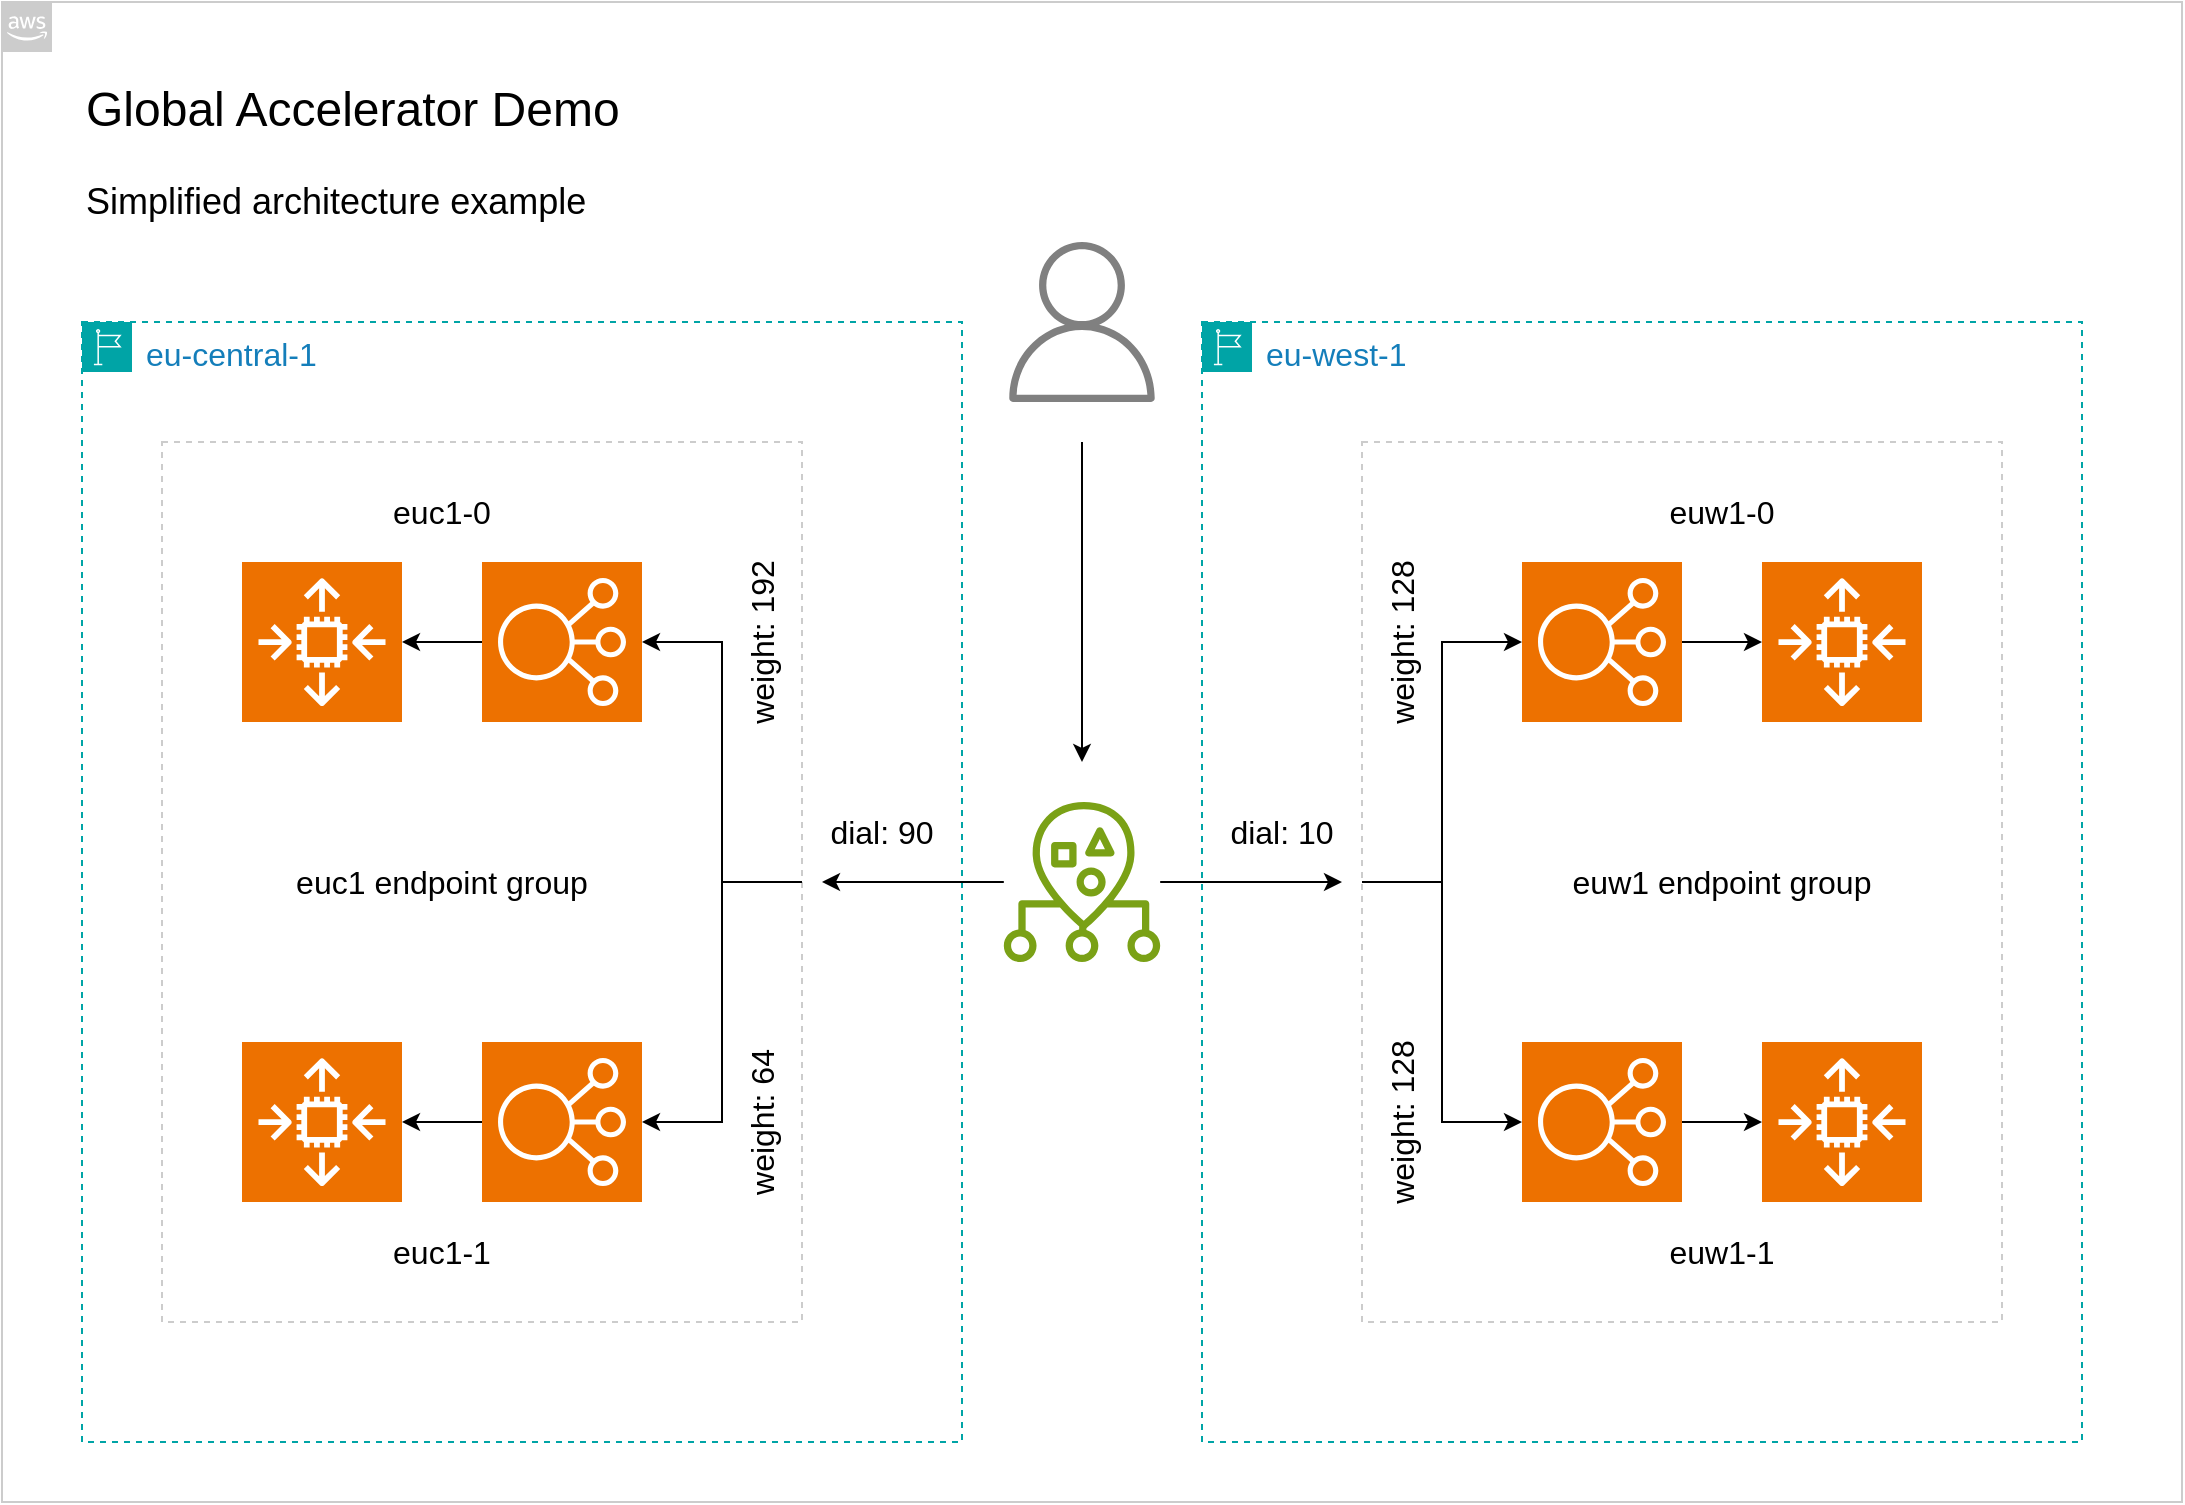
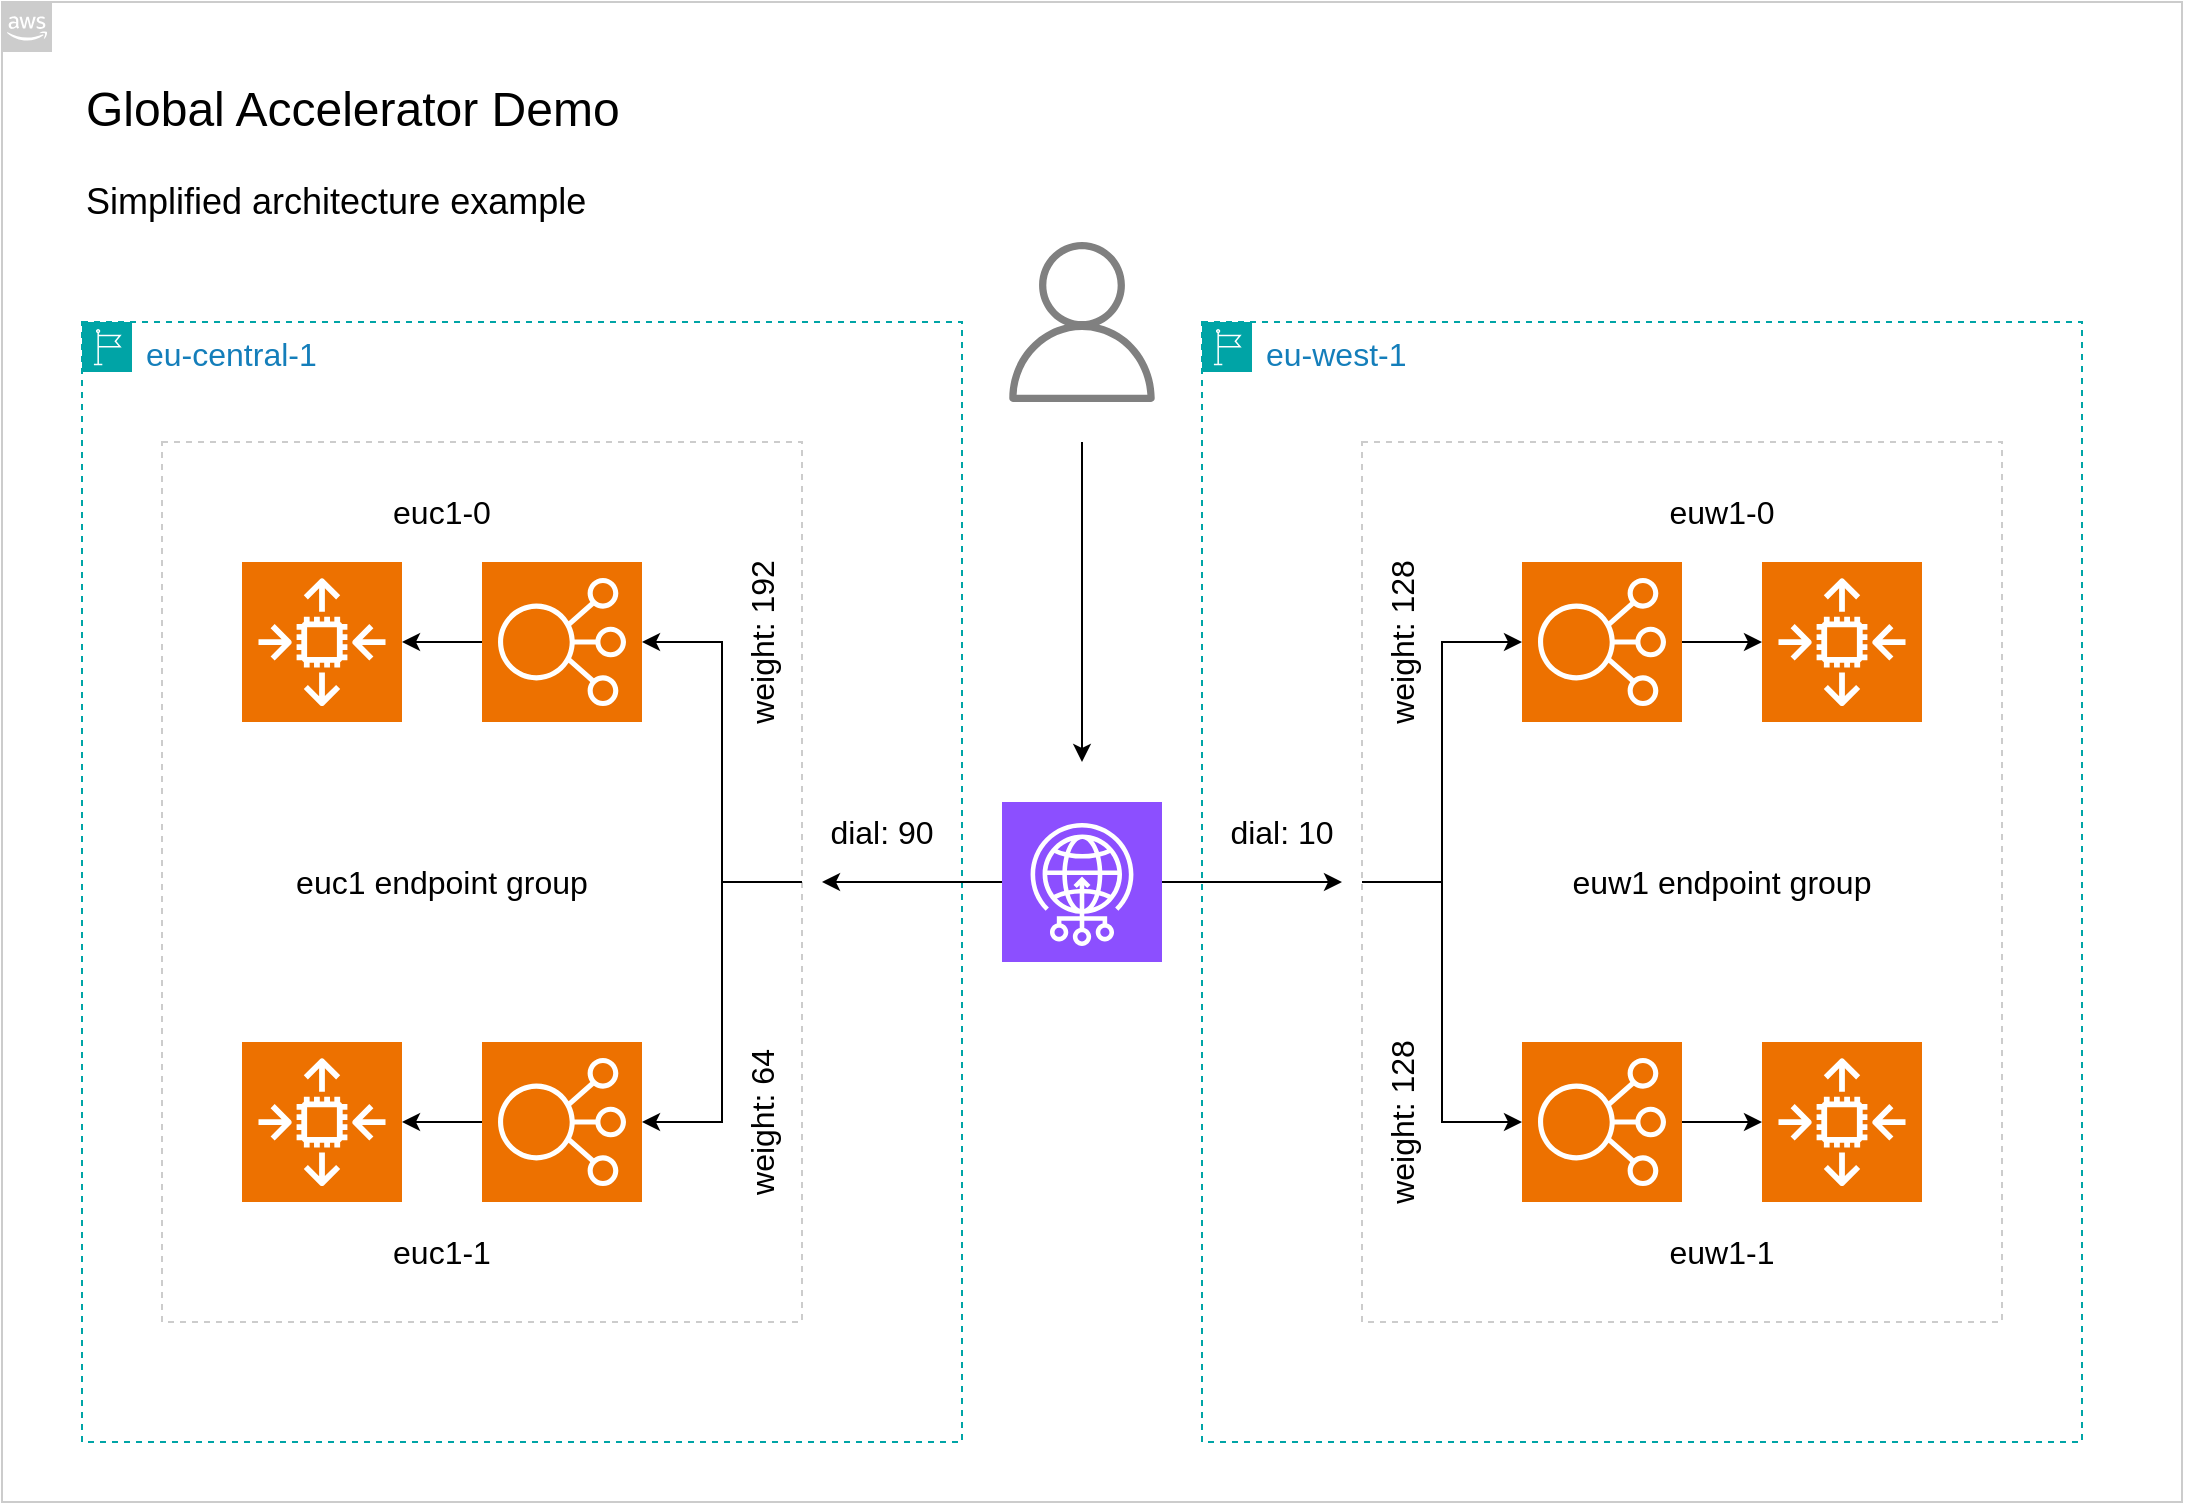
<mxfile host="Electron" agent="Mozilla/5.0 (Macintosh; Intel Mac OS X 10_15_7) AppleWebKit/537.36 (KHTML, like Gecko) draw.io/24.5.1 Chrome/124.0.6367.207 Electron/30.0.6 Safari/537.36">
  <diagram name="Seite-1" id="BtAyL0-GuPOaRMJ-Kd1m">
-     <mxGraphModel dx="1222" dy="765" grid="1" gridSize="10" guides="1" tooltips="1" connect="1" arrows="1" fold="1" page="1" pageScale="1" pageWidth="1169" pageHeight="827" math="0" shadow="0">
+     <mxGraphModel dx="1222" dy="814" grid="1" gridSize="10" guides="1" tooltips="1" connect="1" arrows="1" fold="1" page="1" pageScale="1" pageWidth="1169" pageHeight="827" math="0" shadow="0">
      <root>
        <mxCell id="0" />
        <mxCell id="1" parent="0" />
        <UserObject label="" id="ZuW-Ts3UVkGzy0_QFmxS-1">
          <mxCell parent="1" style="sketch=0;outlineConnect=0;gradientColor=none;html=1;whiteSpace=wrap;fontSize=12;fontStyle=0;shape=mxgraph.aws4.group;grIcon=mxgraph.aws4.group_aws_cloud_alt;strokeColor=#CCCCCC;fillColor=none;verticalAlign=bottom;align=left;spacingLeft=30;fontColor=#FF9900;dashed=0;movable=1;resizable=1;rotatable=1;deletable=1;editable=1;locked=0;connectable=1;rounded=0;" vertex="1">
            <mxGeometry height="750" width="1090" x="40" y="40" as="geometry" />
          </mxCell>
        </UserObject>
        <mxCell id="58Sf1-AYVXkVAdG3ewIz-134" parent="1" style="rounded=0;whiteSpace=wrap;html=1;strokeColor=#CCCCCC;dashed=1;" value="" vertex="1">
          <mxGeometry height="440" width="320" x="720" y="260" as="geometry" />
        </mxCell>
        <mxCell id="ZuW-Ts3UVkGzy0_QFmxS-27" parent="1" style="text;html=1;align=left;verticalAlign=middle;whiteSpace=wrap;rounded=0;" value="&lt;font style=&quot;&quot;&gt;&lt;span style=&quot;font-size: 24px;&quot;&gt;Global Accelerator Demo&lt;/span&gt;&lt;br&gt;&lt;font style=&quot;font-size: 18px;&quot;&gt;&lt;br&gt;Simplified architecture example&lt;/font&gt;&lt;/font&gt;" vertex="1">
          <mxGeometry height="70" width="1000" x="80" y="80" as="geometry" />
        </mxCell>
        <mxCell id="58Sf1-AYVXkVAdG3ewIz-87" parent="1" style="points=[[0,0],[0.25,0],[0.5,0],[0.75,0],[1,0],[1,0.25],[1,0.5],[1,0.75],[1,1],[0.75,1],[0.5,1],[0.25,1],[0,1],[0,0.75],[0,0.5],[0,0.25]];outlineConnect=0;gradientColor=none;html=1;whiteSpace=wrap;fontSize=12;fontStyle=0;container=1;pointerEvents=0;collapsible=0;recursiveResize=0;shape=mxgraph.aws4.group;grIcon=mxgraph.aws4.group_region;strokeColor=#00A4A6;fillColor=none;verticalAlign=top;align=left;spacingLeft=30;fontColor=#147EBA;dashed=1;" value="&lt;font style=&quot;font-size: 16px;&quot;&gt;eu-west-1&lt;/font&gt;" vertex="1">
          <mxGeometry height="560" width="440" x="640" y="200" as="geometry" />
        </mxCell>
        <mxCell id="58Sf1-AYVXkVAdG3ewIz-145" edge="1" parent="58Sf1-AYVXkVAdG3ewIz-87" source="58Sf1-AYVXkVAdG3ewIz-77" style="edgeStyle=orthogonalEdgeStyle;orthogonalLoop=1;jettySize=auto;html=1;" target="58Sf1-AYVXkVAdG3ewIz-121" value="">
          <mxGeometry relative="1" as="geometry" />
        </mxCell>
        <mxCell id="58Sf1-AYVXkVAdG3ewIz-77" parent="58Sf1-AYVXkVAdG3ewIz-87" style="sketch=0;points=[[0,0,0],[0.25,0,0],[0.5,0,0],[0.75,0,0],[1,0,0],[0,1,0],[0.25,1,0],[0.5,1,0],[0.75,1,0],[1,1,0],[0,0.25,0],[0,0.5,0],[0,0.75,0],[1,0.25,0],[1,0.5,0],[1,0.75,0]];outlineConnect=0;fontColor=#232F3E;fillColor=#ED7100;strokeColor=#ffffff;dashed=0;verticalLabelPosition=bottom;verticalAlign=top;align=center;html=1;fontSize=12;fontStyle=0;aspect=fixed;shape=mxgraph.aws4.resourceIcon;resIcon=mxgraph.aws4.elastic_load_balancing;rounded=0;" value="" vertex="1">
          <mxGeometry height="80" width="80" x="160" y="120" as="geometry" />
        </mxCell>
        <mxCell id="58Sf1-AYVXkVAdG3ewIz-78" parent="58Sf1-AYVXkVAdG3ewIz-87" style="sketch=0;points=[[0,0,0],[0.25,0,0],[0.5,0,0],[0.75,0,0],[1,0,0],[0,1,0],[0.25,1,0],[0.5,1,0],[0.75,1,0],[1,1,0],[0,0.25,0],[0,0.5,0],[0,0.75,0],[1,0.25,0],[1,0.5,0],[1,0.75,0]];outlineConnect=0;fontColor=#232F3E;fillColor=#ED7100;strokeColor=#ffffff;dashed=0;verticalLabelPosition=bottom;verticalAlign=top;align=center;html=1;fontSize=12;fontStyle=0;aspect=fixed;shape=mxgraph.aws4.resourceIcon;resIcon=mxgraph.aws4.elastic_load_balancing;rounded=0;" value="" vertex="1">
          <mxGeometry height="80" width="80" x="160" y="360" as="geometry" />
        </mxCell>
        <mxCell id="58Sf1-AYVXkVAdG3ewIz-121" parent="58Sf1-AYVXkVAdG3ewIz-87" style="sketch=0;points=[[0,0,0],[0.25,0,0],[0.5,0,0],[0.75,0,0],[1,0,0],[0,1,0],[0.25,1,0],[0.5,1,0],[0.75,1,0],[1,1,0],[0,0.25,0],[0,0.5,0],[0,0.75,0],[1,0.25,0],[1,0.5,0],[1,0.75,0]];outlineConnect=0;fontColor=#232F3E;fillColor=#ED7100;strokeColor=#ffffff;dashed=0;verticalLabelPosition=bottom;verticalAlign=top;align=center;html=1;fontSize=12;fontStyle=0;aspect=fixed;shape=mxgraph.aws4.resourceIcon;resIcon=mxgraph.aws4.auto_scaling2;" value="" vertex="1">
          <mxGeometry height="80" width="80" x="280" y="120" as="geometry" />
        </mxCell>
        <mxCell id="58Sf1-AYVXkVAdG3ewIz-160" parent="58Sf1-AYVXkVAdG3ewIz-87" style="text;html=1;whiteSpace=wrap;strokeColor=none;fillColor=none;align=center;verticalAlign=middle;rounded=0;rotation=-90;" value="&lt;font style=&quot;font-size: 16px;&quot;&gt;weight: 128&lt;/font&gt;" vertex="1">
          <mxGeometry height="30" width="100" x="50" y="385" as="geometry" />
        </mxCell>
        <mxCell id="58Sf1-AYVXkVAdG3ewIz-161" parent="58Sf1-AYVXkVAdG3ewIz-87" style="text;html=1;whiteSpace=wrap;strokeColor=none;fillColor=none;align=center;verticalAlign=middle;rounded=0;rotation=-90;" value="&lt;font style=&quot;font-size: 16px;&quot;&gt;weight: 128&lt;/font&gt;" vertex="1">
          <mxGeometry height="30" width="100" x="50" y="145" as="geometry" />
        </mxCell>
        <mxCell id="58Sf1-AYVXkVAdG3ewIz-130" parent="58Sf1-AYVXkVAdG3ewIz-87" style="text;html=1;whiteSpace=wrap;strokeColor=none;fillColor=none;align=center;verticalAlign=middle;rounded=0;" value="&lt;font style=&quot;font-size: 16px;&quot;&gt;euw1-1&lt;/font&gt;" vertex="1">
          <mxGeometry height="30" width="60" x="230" y="450" as="geometry" />
        </mxCell>
        <mxCell id="58Sf1-AYVXkVAdG3ewIz-128" parent="58Sf1-AYVXkVAdG3ewIz-87" style="text;html=1;whiteSpace=wrap;strokeColor=none;fillColor=none;align=center;verticalAlign=middle;rounded=0;" value="&lt;font style=&quot;font-size: 16px;&quot;&gt;euw1-0&lt;/font&gt;" vertex="1">
          <mxGeometry height="30" width="60" x="230" y="80" as="geometry" />
        </mxCell>
        <mxCell id="58Sf1-AYVXkVAdG3ewIz-153" parent="58Sf1-AYVXkVAdG3ewIz-87" style="text;html=1;whiteSpace=wrap;strokeColor=none;fillColor=none;align=center;verticalAlign=middle;rounded=0;fontSize=16;" value="&lt;font&gt;euw1 endpoint group&lt;/font&gt;" vertex="1">
          <mxGeometry height="30" width="200" x="160" y="265" as="geometry" />
        </mxCell>
        <mxCell id="58Sf1-AYVXkVAdG3ewIz-66" parent="1" style="points=[[0,0],[0.25,0],[0.5,0],[0.75,0],[1,0],[1,0.25],[1,0.5],[1,0.75],[1,1],[0.75,1],[0.5,1],[0.25,1],[0,1],[0,0.75],[0,0.5],[0,0.25]];outlineConnect=0;gradientColor=none;html=1;whiteSpace=wrap;fontSize=12;fontStyle=0;container=1;pointerEvents=0;collapsible=0;recursiveResize=0;shape=mxgraph.aws4.group;grIcon=mxgraph.aws4.group_region;strokeColor=#00A4A6;fillColor=none;verticalAlign=top;align=left;spacingLeft=30;fontColor=#147EBA;dashed=1;" value="&lt;font style=&quot;font-size: 16px;&quot;&gt;eu-central-1&lt;/font&gt;" vertex="1">
          <mxGeometry height="560" width="440" x="80" y="200" as="geometry" />
        </mxCell>
        <mxCell id="58Sf1-AYVXkVAdG3ewIz-133" parent="58Sf1-AYVXkVAdG3ewIz-66" style="rounded=0;whiteSpace=wrap;html=1;strokeColor=#CCCCCC;dashed=1;" value="" vertex="1">
          <mxGeometry height="440" width="320" x="40" y="60" as="geometry" />
        </mxCell>
        <mxCell id="58Sf1-AYVXkVAdG3ewIz-118" parent="58Sf1-AYVXkVAdG3ewIz-66" style="sketch=0;points=[[0,0,0],[0.25,0,0],[0.5,0,0],[0.75,0,0],[1,0,0],[0,1,0],[0.25,1,0],[0.5,1,0],[0.75,1,0],[1,1,0],[0,0.25,0],[0,0.5,0],[0,0.75,0],[1,0.25,0],[1,0.5,0],[1,0.75,0]];outlineConnect=0;fontColor=#232F3E;fillColor=#ED7100;strokeColor=#ffffff;dashed=0;verticalLabelPosition=bottom;verticalAlign=top;align=center;html=1;fontSize=12;fontStyle=0;aspect=fixed;shape=mxgraph.aws4.resourceIcon;resIcon=mxgraph.aws4.auto_scaling2;" value="" vertex="1">
          <mxGeometry height="80" width="80" x="80" y="360" as="geometry" />
        </mxCell>
        <mxCell id="58Sf1-AYVXkVAdG3ewIz-123" parent="58Sf1-AYVXkVAdG3ewIz-66" style="text;html=1;whiteSpace=wrap;strokeColor=none;fillColor=none;align=center;verticalAlign=middle;rounded=0;fontSize=16;" value="&lt;font&gt;euc1-0&lt;/font&gt;" vertex="1">
          <mxGeometry height="30" width="60" x="150" y="80" as="geometry" />
        </mxCell>
        <mxCell id="58Sf1-AYVXkVAdG3ewIz-126" parent="58Sf1-AYVXkVAdG3ewIz-66" style="text;html=1;whiteSpace=wrap;strokeColor=none;fillColor=none;align=center;verticalAlign=middle;rounded=0;" value="&lt;font style=&quot;font-size: 16px;&quot;&gt;euc1-1&lt;/font&gt;" vertex="1">
          <mxGeometry height="30" width="60" x="150" y="450" as="geometry" />
        </mxCell>
        <mxCell id="8dHVtOiEz4c_SUl7e4nf-2" parent="58Sf1-AYVXkVAdG3ewIz-66" style="sketch=0;points=[[0,0,0],[0.25,0,0],[0.5,0,0],[0.75,0,0],[1,0,0],[0,1,0],[0.25,1,0],[0.5,1,0],[0.75,1,0],[1,1,0],[0,0.25,0],[0,0.5,0],[0,0.75,0],[1,0.25,0],[1,0.5,0],[1,0.75,0]];outlineConnect=0;fontColor=#232F3E;fillColor=#ED7100;strokeColor=#ffffff;dashed=0;verticalLabelPosition=bottom;verticalAlign=top;align=center;html=1;fontSize=12;fontStyle=0;aspect=fixed;shape=mxgraph.aws4.resourceIcon;resIcon=mxgraph.aws4.elastic_load_balancing;rounded=0;" value="" vertex="1">
          <mxGeometry height="80" width="80" x="200" y="120" as="geometry" />
        </mxCell>
        <mxCell id="58Sf1-AYVXkVAdG3ewIz-56" parent="58Sf1-AYVXkVAdG3ewIz-66" style="sketch=0;points=[[0,0,0],[0.25,0,0],[0.5,0,0],[0.75,0,0],[1,0,0],[0,1,0],[0.25,1,0],[0.5,1,0],[0.75,1,0],[1,1,0],[0,0.25,0],[0,0.5,0],[0,0.75,0],[1,0.25,0],[1,0.5,0],[1,0.75,0]];outlineConnect=0;fontColor=#232F3E;fillColor=#ED7100;strokeColor=#ffffff;dashed=0;verticalLabelPosition=bottom;verticalAlign=top;align=center;html=1;fontSize=12;fontStyle=0;aspect=fixed;shape=mxgraph.aws4.resourceIcon;resIcon=mxgraph.aws4.elastic_load_balancing;rounded=0;" value="" vertex="1">
          <mxGeometry height="80" width="80" x="200" y="360" as="geometry" />
        </mxCell>
        <mxCell id="58Sf1-AYVXkVAdG3ewIz-139" edge="1" parent="58Sf1-AYVXkVAdG3ewIz-66" source="58Sf1-AYVXkVAdG3ewIz-133" style="edgeStyle=orthogonalEdgeStyle;orthogonalLoop=1;jettySize=auto;html=1;entryX=1;entryY=0.5;entryDx=0;entryDy=0;entryPerimeter=0;exitX=1;exitY=0.5;exitDx=0;exitDy=0;rounded=0;curved=0;" target="8dHVtOiEz4c_SUl7e4nf-2">
          <mxGeometry relative="1" as="geometry">
            <Array as="points">
              <mxPoint x="320" y="280" />
              <mxPoint x="320" y="160" />
            </Array>
          </mxGeometry>
        </mxCell>
        <mxCell id="58Sf1-AYVXkVAdG3ewIz-140" edge="1" parent="58Sf1-AYVXkVAdG3ewIz-66" style="edgeStyle=orthogonalEdgeStyle;orthogonalLoop=1;jettySize=auto;html=1;entryX=1;entryY=0.5;entryDx=0;entryDy=0;entryPerimeter=0;rounded=0;curved=0;" target="58Sf1-AYVXkVAdG3ewIz-56">
          <mxGeometry relative="1" as="geometry">
            <Array as="points">
              <mxPoint x="320" y="280" />
              <mxPoint x="320" y="400" />
            </Array>
            <mxPoint x="360" y="280" as="sourcePoint" />
            <mxPoint x="280" y="410" as="targetPoint" />
          </mxGeometry>
        </mxCell>
        <mxCell id="58Sf1-AYVXkVAdG3ewIz-144" edge="1" parent="58Sf1-AYVXkVAdG3ewIz-66" source="58Sf1-AYVXkVAdG3ewIz-56" style="edgeStyle=orthogonalEdgeStyle;orthogonalLoop=1;jettySize=auto;html=1;entryX=1;entryY=0.5;entryDx=0;entryDy=0;entryPerimeter=0;" target="58Sf1-AYVXkVAdG3ewIz-118">
          <mxGeometry relative="1" as="geometry" />
        </mxCell>
        <mxCell id="58Sf1-AYVXkVAdG3ewIz-152" parent="58Sf1-AYVXkVAdG3ewIz-66" style="text;html=1;whiteSpace=wrap;strokeColor=none;fillColor=none;align=center;verticalAlign=middle;rounded=0;fontSize=16;" value="&lt;font&gt;euc1 endpoint group&lt;/font&gt;" vertex="1">
          <mxGeometry height="30" width="200" x="80" y="265" as="geometry" />
        </mxCell>
        <mxCell id="58Sf1-AYVXkVAdG3ewIz-156" parent="58Sf1-AYVXkVAdG3ewIz-66" style="text;html=1;whiteSpace=wrap;strokeColor=none;fillColor=none;align=center;verticalAlign=middle;rounded=0;rotation=-90;" value="&lt;font style=&quot;font-size: 16px;&quot;&gt;weight: 192&lt;/font&gt;" vertex="1">
          <mxGeometry height="30" width="100" x="290" y="145" as="geometry" />
        </mxCell>
        <mxCell id="58Sf1-AYVXkVAdG3ewIz-157" parent="58Sf1-AYVXkVAdG3ewIz-66" style="text;html=1;whiteSpace=wrap;strokeColor=none;fillColor=none;align=center;verticalAlign=middle;rounded=0;rotation=-90;" value="&lt;font style=&quot;font-size: 16px;&quot;&gt;weight: 64&lt;/font&gt;" vertex="1">
          <mxGeometry height="30" width="100" x="290" y="385" as="geometry" />
        </mxCell>
-         <mxCell id="58Sf1-AYVXkVAdG3ewIz-136" edge="1" parent="1" source="8dHVtOiEz4c_SUl7e4nf-1" style="edgeStyle=orthogonalEdgeStyle;orthogonalLoop=1;jettySize=auto;html=1;">
+         <mxCell id="58Sf1-AYVXkVAdG3ewIz-136" edge="1" parent="1" style="edgeStyle=orthogonalEdgeStyle;orthogonalLoop=1;jettySize=auto;html=1;">
          <mxGeometry relative="1" as="geometry">
+             <mxPoint x="547.857832445382" y="480" as="sourcePoint" />
            <mxPoint x="450" y="480" as="targetPoint" />
          </mxGeometry>
        </mxCell>
-         <mxCell id="58Sf1-AYVXkVAdG3ewIz-137" edge="1" parent="1" source="8dHVtOiEz4c_SUl7e4nf-1" style="edgeStyle=orthogonalEdgeStyle;orthogonalLoop=1;jettySize=auto;html=1;">
+         <mxCell id="58Sf1-AYVXkVAdG3ewIz-137" edge="1" parent="1" style="edgeStyle=orthogonalEdgeStyle;orthogonalLoop=1;jettySize=auto;html=1;">
          <mxGeometry relative="1" as="geometry">
+             <mxPoint x="612.1421675546178" y="480" as="sourcePoint" />
            <mxPoint x="710" y="480" as="targetPoint" />
          </mxGeometry>
-         </mxCell>
-         <mxCell id="8dHVtOiEz4c_SUl7e4nf-1" parent="1" style="sketch=0;outlineConnect=0;fontColor=#232F3E;gradientColor=none;fillColor=#7AA116;strokeColor=none;dashed=0;verticalLabelPosition=bottom;verticalAlign=top;align=center;html=1;fontSize=12;fontStyle=0;pointerEvents=1;shape=mxgraph.aws4.s3_multi_region_access_points;aspect=fixed;rounded=0;" value="" vertex="1">
-           <mxGeometry height="80" width="80" x="540" y="440" as="geometry" />
        </mxCell>
        <mxCell id="58Sf1-AYVXkVAdG3ewIz-117" parent="1" style="sketch=0;points=[[0,0,0],[0.25,0,0],[0.5,0,0],[0.75,0,0],[1,0,0],[0,1,0],[0.25,1,0],[0.5,1,0],[0.75,1,0],[1,1,0],[0,0.25,0],[0,0.5,0],[0,0.75,0],[1,0.25,0],[1,0.5,0],[1,0.75,0]];outlineConnect=0;fontColor=#232F3E;fillColor=#ED7100;strokeColor=#ffffff;dashed=0;verticalLabelPosition=bottom;verticalAlign=top;align=center;html=1;fontSize=12;fontStyle=0;aspect=fixed;shape=mxgraph.aws4.resourceIcon;resIcon=mxgraph.aws4.auto_scaling2;" value="" vertex="1">
          <mxGeometry height="80" width="80" x="160" y="320" as="geometry" />
        </mxCell>
        <mxCell id="58Sf1-AYVXkVAdG3ewIz-122" parent="1" style="sketch=0;points=[[0,0,0],[0.25,0,0],[0.5,0,0],[0.75,0,0],[1,0,0],[0,1,0],[0.25,1,0],[0.5,1,0],[0.75,1,0],[1,1,0],[0,0.25,0],[0,0.5,0],[0,0.75,0],[1,0.25,0],[1,0.5,0],[1,0.75,0]];outlineConnect=0;fontColor=#232F3E;fillColor=#ED7100;strokeColor=#ffffff;dashed=0;verticalLabelPosition=bottom;verticalAlign=top;align=center;html=1;fontSize=12;fontStyle=0;aspect=fixed;shape=mxgraph.aws4.resourceIcon;resIcon=mxgraph.aws4.auto_scaling2;" value="" vertex="1">
          <mxGeometry height="80" width="80" x="920" y="560" as="geometry" />
        </mxCell>
        <mxCell id="58Sf1-AYVXkVAdG3ewIz-141" edge="1" parent="1" source="58Sf1-AYVXkVAdG3ewIz-134" style="edgeStyle=none;orthogonalLoop=1;jettySize=auto;html=1;entryX=0;entryY=0.5;entryDx=0;entryDy=0;entryPerimeter=0;exitX=0;exitY=0.5;exitDx=0;exitDy=0;rounded=0;curved=0;" target="58Sf1-AYVXkVAdG3ewIz-77" value="">
          <mxGeometry relative="1" width="80" as="geometry">
            <Array as="points">
              <mxPoint x="760" y="480" />
              <mxPoint x="760" y="360" />
            </Array>
            <mxPoint x="570" y="430" as="sourcePoint" />
            <mxPoint x="650" y="430" as="targetPoint" />
          </mxGeometry>
        </mxCell>
        <mxCell id="58Sf1-AYVXkVAdG3ewIz-142" edge="1" parent="1" source="58Sf1-AYVXkVAdG3ewIz-134" style="edgeStyle=none;orthogonalLoop=1;jettySize=auto;html=1;entryX=0;entryY=0.5;entryDx=0;entryDy=0;entryPerimeter=0;exitX=0;exitY=0.5;exitDx=0;exitDy=0;rounded=0;curved=0;" target="58Sf1-AYVXkVAdG3ewIz-78" value="">
          <mxGeometry relative="1" width="80" as="geometry">
            <Array as="points">
              <mxPoint x="760" y="480" />
              <mxPoint x="760" y="540" />
              <mxPoint x="760" y="600" />
            </Array>
            <mxPoint x="760" y="530" as="sourcePoint" />
            <mxPoint x="840" y="410" as="targetPoint" />
          </mxGeometry>
        </mxCell>
        <mxCell id="58Sf1-AYVXkVAdG3ewIz-143" edge="1" parent="1" source="8dHVtOiEz4c_SUl7e4nf-2" style="edgeStyle=orthogonalEdgeStyle;orthogonalLoop=1;jettySize=auto;html=1;entryX=1;entryY=0.5;entryDx=0;entryDy=0;entryPerimeter=0;" target="58Sf1-AYVXkVAdG3ewIz-117">
          <mxGeometry relative="1" as="geometry" />
        </mxCell>
        <mxCell id="58Sf1-AYVXkVAdG3ewIz-146" edge="1" parent="1" source="58Sf1-AYVXkVAdG3ewIz-78" style="edgeStyle=orthogonalEdgeStyle;orthogonalLoop=1;jettySize=auto;html=1;" target="58Sf1-AYVXkVAdG3ewIz-122" value="">
          <mxGeometry relative="1" as="geometry" />
        </mxCell>
        <mxCell id="58Sf1-AYVXkVAdG3ewIz-151" edge="1" parent="1" style="edgeStyle=orthogonalEdgeStyle;orthogonalLoop=1;jettySize=auto;html=1;">
          <mxGeometry relative="1" as="geometry">
            <mxPoint x="580" y="260" as="sourcePoint" />
            <mxPoint x="580" y="420" as="targetPoint" />
          </mxGeometry>
        </mxCell>
        <mxCell id="58Sf1-AYVXkVAdG3ewIz-150" parent="1" style="sketch=0;outlineConnect=0;fontColor=#232F3E;gradientColor=none;fillColor=#808080;strokeColor=none;dashed=0;verticalLabelPosition=bottom;verticalAlign=top;align=center;html=1;fontSize=12;fontStyle=0;aspect=fixed;pointerEvents=1;shape=mxgraph.aws4.user;" value="" vertex="1">
          <mxGeometry height="80" width="80" x="540" y="160" as="geometry" />
        </mxCell>
        <mxCell id="58Sf1-AYVXkVAdG3ewIz-154" parent="1" style="text;html=1;whiteSpace=wrap;strokeColor=none;fillColor=none;align=center;verticalAlign=middle;rounded=0;" value="&lt;font style=&quot;font-size: 16px;&quot;&gt;dial: 90&lt;/font&gt;" vertex="1">
          <mxGeometry height="30" width="60" x="450" y="440" as="geometry" />
        </mxCell>
        <mxCell id="58Sf1-AYVXkVAdG3ewIz-155" parent="1" style="text;html=1;whiteSpace=wrap;strokeColor=none;fillColor=none;align=center;verticalAlign=middle;rounded=0;" value="&lt;font style=&quot;font-size: 16px;&quot;&gt;dial: 10&lt;/font&gt;" vertex="1">
          <mxGeometry height="30" width="60" x="650" y="440" as="geometry" />
        </mxCell>
+         <mxCell id="8Z-5Fh23VFUYyPTaVrWl-1" parent="1" style="sketch=0;points=[[0,0,0],[0.25,0,0],[0.5,0,0],[0.75,0,0],[1,0,0],[0,1,0],[0.25,1,0],[0.5,1,0],[0.75,1,0],[1,1,0],[0,0.25,0],[0,0.5,0],[0,0.75,0],[1,0.25,0],[1,0.5,0],[1,0.75,0]];outlineConnect=0;fontColor=#232F3E;fillColor=#8C4FFF;strokeColor=#ffffff;dashed=0;verticalLabelPosition=bottom;verticalAlign=top;align=center;html=1;fontSize=12;fontStyle=0;aspect=fixed;shape=mxgraph.aws4.resourceIcon;resIcon=mxgraph.aws4.global_accelerator;" value="" vertex="1">
+           <mxGeometry height="80" width="80" x="540" y="440" as="geometry" />
+         </mxCell>
      </root>
    </mxGraphModel>
  </diagram>
</mxfile>
